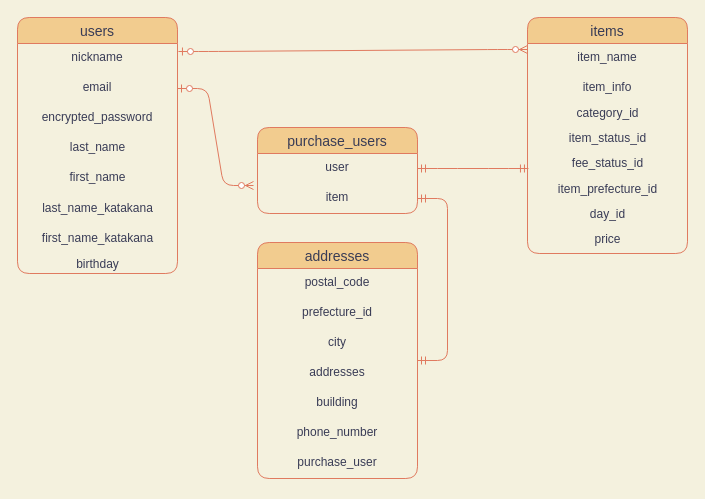
Above: test.dio in Kuma-1012/furima-35710 (draw.io), before the change. Source tidied: cells renumbered, new cells numbered last; positions are measured from the earlier drawing's top-left corner, leaving out a move shared by most shapes. Both pictures are drawn from the tidied source at 100%, with x=0, y=0 at pixel (17, 17).
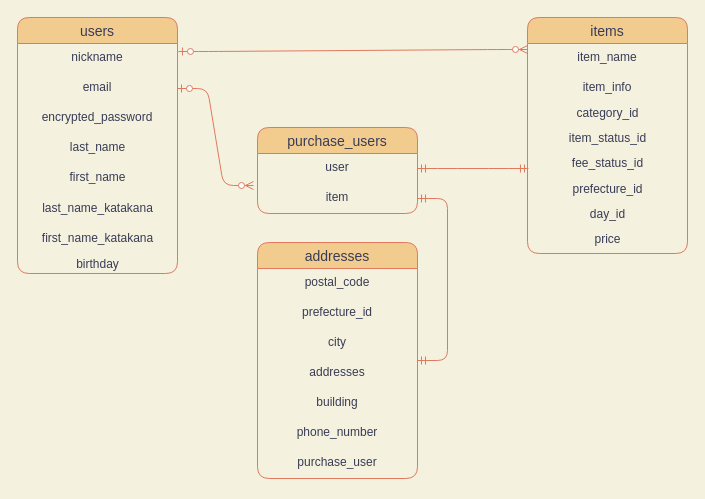
After the change.

Unchanged cells that the change refers to:
```xml
<mxCell id="17" value="items" style="swimlane;fontStyle=0;horizontal=1;startSize=26;align=center;fontSize=14;sketch=0;strokeColor=#E07A5F;fillColor=#F2CC8F;fontColor=#393C56;rounded=1;" parent="1" vertex="1">
  <mxGeometry x="510" width="160" height="236" as="geometry" />
</mxCell>
```

Diff of the diagram source:
```diff
@@
-    <mxCell id="23" value="item_prefecture_id" style="text;html=1;align=center;verticalAlign=middle;fillColor=none;strokeColor=none;sketch=0;fontColor=#393C56;rounded=1;spacingLeft=4;spacingRight=4;spacingTop=4;spacingBottom=2;" parent="17" vertex="1">
+    <mxCell id="23" value="prefecture_id" style="text;html=1;align=center;verticalAlign=middle;fillColor=none;strokeColor=none;sketch=0;fontColor=#393C56;rounded=1;spacingLeft=4;spacingRight=4;spacingTop=4;spacingBottom=2;" parent="17" vertex="1">
       <mxGeometry y="156" width="160" height="30" as="geometry" />
     </mxCell>
```
